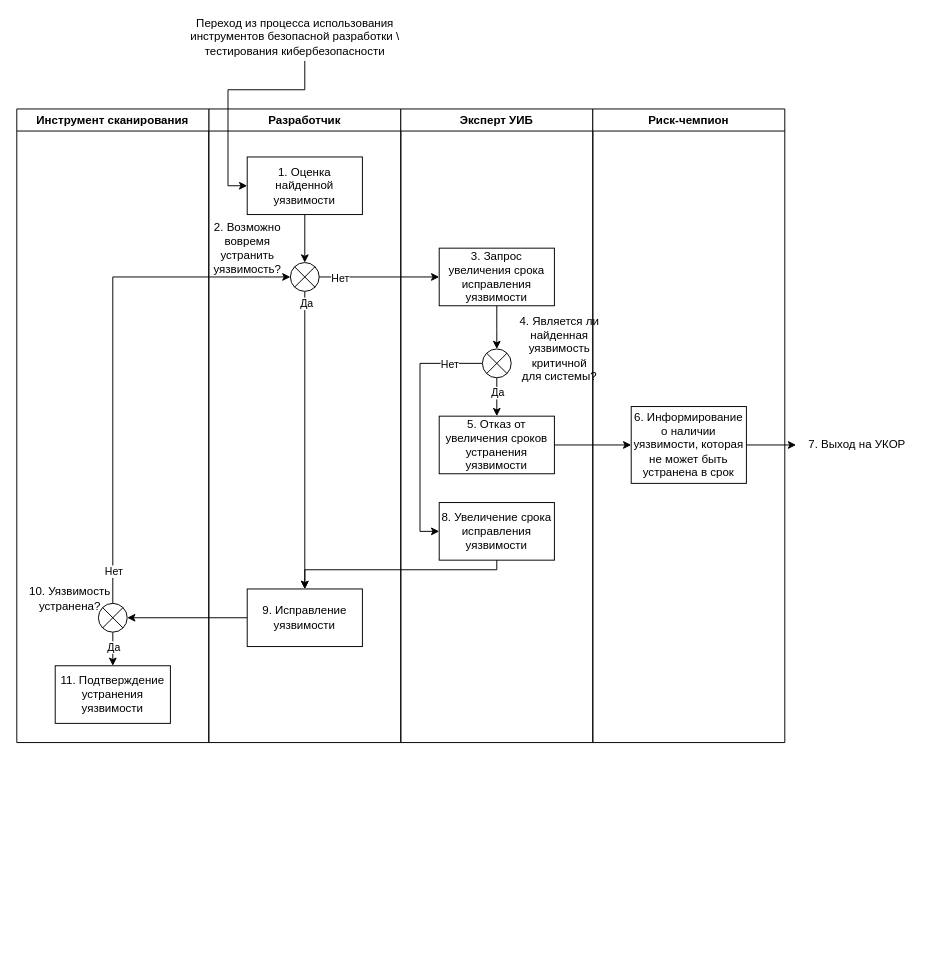
Before: page "Исправление" (3 of 3) of Alfa.drawio in GoluzinaD/Python, a draw.io diagram. Source tidied: cells renumbered, new cells numbered last; positions are measured from the earlier drawing's top-left corner, leaving out a move shared by most shapes. Both pictures are drawn from the tidied source at 96%, with x=0, y=0 at pixel (16, 22).
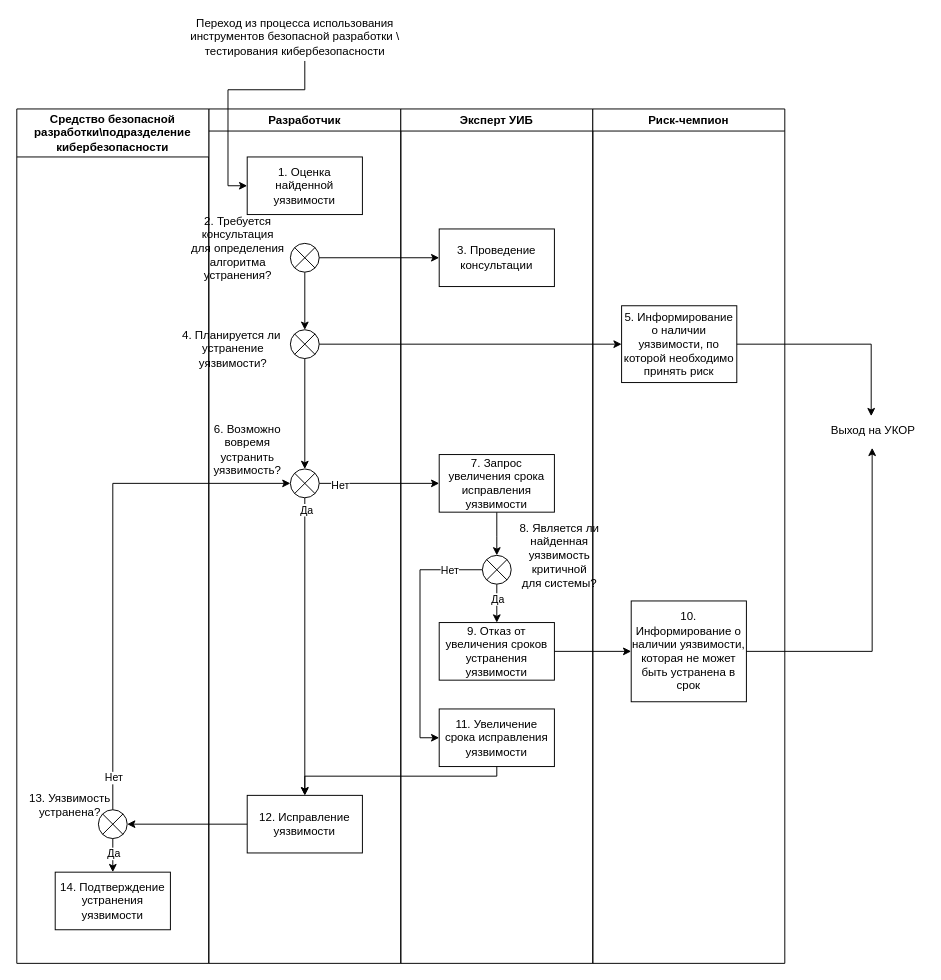
The same page after the edit.

The change refers to these unchanged cells:
```xml
<mxCell id="4" value="1. Оценка найденной уязвимости" style="rounded=0;whiteSpace=wrap;html=1;" parent="2" vertex="1">
  <mxGeometry x="40" y="50" width="120" height="60" as="geometry" />
</mxCell>
```

The edit, as a diff of the source:
```diff
@@
     <mxCell id="2" value="Разработчик" style="swimlane;whiteSpace=wrap;html=1;" parent="1" vertex="1">
-      <mxGeometry x="200" y="90" width="200" height="660" as="geometry" />
+      <mxGeometry x="200" y="90" width="200" height="890" as="geometry" />
     </mxCell>
-    <mxCell id="3" style="edgeStyle=orthogonalEdgeStyle;rounded=0;jettySize=auto;html=1;entryX=0.5;entryY=0;entryDx=0;entryDy=0;entryPerimeter=0;" parent="2" edge="1" source="4" target="7">
-      <mxGeometry relative="1" as="geometry" />
-    </mxCell>
@@
     <mxCell id="7" style="verticalLabelPosition=bottom;verticalAlign=top;html=1;shape=mxgraph.flowchart.or;" parent="2" vertex="1">
-      <mxGeometry x="85" y="160" width="30" height="30" as="geometry" />
+      <mxGeometry x="85" y="375" width="30" height="30" as="geometry" />
     </mxCell>
-    <mxCell id="8" value="2. Возможно &lt;br&gt;вовремя &lt;br&gt;устранить &lt;br&gt;уязвимость?" style="text;html=1;align=center;verticalAlign=middle;strokeColor=none;fillColor=none;" parent="2" vertex="1">
-      <mxGeometry x="-5" y="110" width="90" height="70" as="geometry" />
+    <mxCell id="8" value="6. Возможно &lt;br&gt;вовремя &lt;br&gt;устранить &lt;br&gt;уязвимость?" style="text;html=1;align=center;verticalAlign=middle;strokeColor=none;fillColor=none;" parent="2" vertex="1">
+      <mxGeometry x="-5" y="320" width="90" height="70" as="geometry" />
     </mxCell>
-    <mxCell id="9" value="9. Исправление уязвимости" style="rounded=0;whiteSpace=wrap;html=1;" parent="2" vertex="1">
-      <mxGeometry x="40" y="500" width="120" height="60" as="geometry" />
+    <mxCell id="9" value="12. Исправление уязвимости" style="rounded=0;whiteSpace=wrap;html=1;" parent="2" vertex="1">
+      <mxGeometry x="40" y="715" width="120" height="60" as="geometry" />
     </mxCell>
+    <mxCell id="40" style="edgeStyle=orthogonalEdgeStyle;rounded=0;jettySize=auto;html=1;entryX=0.5;entryY=0;entryDx=0;entryDy=0;entryPerimeter=0;" parent="2" edge="1" source="41" target="44">
+      <mxGeometry relative="1" as="geometry" />
+    </mxCell>
+    <mxCell id="41" style="verticalLabelPosition=bottom;verticalAlign=top;html=1;shape=mxgraph.flowchart.or;" parent="2" vertex="1">
+      <mxGeometry x="85" y="140" width="30" height="30" as="geometry" />
+    </mxCell>
+    <mxCell id="42" value="2. Требуется &lt;br&gt;консультация &lt;br&gt;для определения &lt;br&gt;алгоритма &lt;br&gt;устранения?" style="text;html=1;align=center;verticalAlign=middle;strokeColor=none;fillColor=none;" parent="2" vertex="1">
+      <mxGeometry x="-30" y="100" width="120" height="90" as="geometry" />
+    </mxCell>
+    <mxCell id="43" style="edgeStyle=orthogonalEdgeStyle;rounded=0;jettySize=auto;html=1;entryX=0.5;entryY=0;entryDx=0;entryDy=0;entryPerimeter=0;" parent="2" edge="1" source="44" target="7">
+      <mxGeometry relative="1" as="geometry" />
+    </mxCell>
+    <mxCell id="44" style="verticalLabelPosition=bottom;verticalAlign=top;html=1;shape=mxgraph.flowchart.or;" parent="2" vertex="1">
+      <mxGeometry x="85" y="230" width="30" height="30" as="geometry" />
+    </mxCell>
+    <mxCell id="45" value="4. Планируется ли&amp;nbsp;&lt;br&gt;устранение &lt;br&gt;уязвимости?" style="text;html=1;align=center;verticalAlign=middle;strokeColor=none;fillColor=none;" parent="2" vertex="1">
+      <mxGeometry x="-40" y="220" width="130" height="60" as="geometry" />
+    </mxCell>
     <mxCell id="10" value="Эксперт УИБ" style="swimlane;whiteSpace=wrap;html=1;" parent="1" vertex="1">
-      <mxGeometry x="400" y="90" width="200" height="660" as="geometry" />
+      <mxGeometry x="400" y="90" width="200" height="890" as="geometry" />
     </mxCell>
     <mxCell id="11" style="edgeStyle=orthogonalEdgeStyle;rounded=0;jettySize=auto;html=1;entryX=0.5;entryY=0;entryDx=0;entryDy=0;entryPerimeter=0;" parent="10" edge="1" source="12" target="17">
       <mxGeometry relative="1" as="geometry">
         <Array as="points">
-          <mxPoint x="100" y="230" />
-          <mxPoint x="100" y="230" />
+          <mxPoint x="100" y="445" />
+          <mxPoint x="100" y="445" />
         </Array>
       </mxGeometry>
     </mxCell>
-    <mxCell id="12" value="3. Запрос увеличения срока исправления уязвимости" style="rounded=0;whiteSpace=wrap;html=1;" parent="10" vertex="1">
-      <mxGeometry x="40" y="145" width="120" height="60" as="geometry" />
+    <mxCell id="12" value="7. Запрос увеличения срока исправления уязвимости" style="rounded=0;whiteSpace=wrap;html=1;" parent="10" vertex="1">
+      <mxGeometry x="40" y="360" width="120" height="60" as="geometry" />
     </mxCell>
     <mxCell id="13" style="edgeStyle=orthogonalEdgeStyle;rounded=0;jettySize=auto;html=1;" parent="10" edge="1" source="17">
       <mxGeometry relative="1" as="geometry">
-        <mxPoint x="100" y="320" as="targetPoint" />
+        <mxPoint x="100" y="535" as="targetPoint" />
         <Array as="points">
-          <mxPoint x="100" y="290" />
-          <mxPoint x="100" y="290" />
+          <mxPoint x="100" y="505" />
+          <mxPoint x="100" y="505" />
         </Array>
       </mxGeometry>
     </mxCell>
@@
     <mxCell id="15" style="edgeStyle=orthogonalEdgeStyle;rounded=0;jettySize=auto;html=1;entryX=0;entryY=0.5;entryDx=0;entryDy=0;" parent="10" edge="1" source="17" target="20">
       <mxGeometry relative="1" as="geometry">
         <Array as="points">
-          <mxPoint x="20" y="265" />
-          <mxPoint x="20" y="440" />
+          <mxPoint x="20" y="480" />
+          <mxPoint x="20" y="655" />
         </Array>
       </mxGeometry>
     </mxCell>
@@
     <mxCell id="17" style="verticalLabelPosition=bottom;verticalAlign=top;html=1;shape=mxgraph.flowchart.or;" parent="10" vertex="1">
-      <mxGeometry x="85" y="250" width="30" height="30" as="geometry" />
+      <mxGeometry x="85" y="465" width="30" height="30" as="geometry" />
     </mxCell>
-    <mxCell id="18" value="4. Является ли &lt;br&gt;найденная &lt;br&gt;уязвимость &lt;br&gt;критичной &lt;br&gt;для системы?" style="text;html=1;align=center;verticalAlign=middle;strokeColor=none;fillColor=none;" parent="10" vertex="1">
-      <mxGeometry x="110" y="205" width="110" height="90" as="geometry" />
+    <mxCell id="18" value="8. Является ли &lt;br&gt;найденная &lt;br&gt;уязвимость &lt;br&gt;критичной &lt;br&gt;для системы?" style="text;html=1;align=center;verticalAlign=middle;strokeColor=none;fillColor=none;" parent="10" vertex="1">
+      <mxGeometry x="110" y="420" width="110" height="90" as="geometry" />
     </mxCell>
-    <mxCell id="19" value="5. Отказ от увеличения сроков устранения уязвимости" style="rounded=0;whiteSpace=wrap;html=1;" parent="10" vertex="1">
-      <mxGeometry x="40" y="320" width="120" height="60" as="geometry" />
+    <mxCell id="19" value="9. Отказ от увеличения сроков устранения уязвимости" style="rounded=0;whiteSpace=wrap;html=1;" parent="10" vertex="1">
+      <mxGeometry x="40" y="535" width="120" height="60" as="geometry" />
     </mxCell>
-    <mxCell id="20" value="8. Увеличение срока исправления уязвимости" style="rounded=0;whiteSpace=wrap;html=1;" parent="10" vertex="1">
-      <mxGeometry x="40" y="410" width="120" height="60" as="geometry" />
+    <mxCell id="20" value="11. Увеличение срока исправления уязвимости" style="rounded=0;whiteSpace=wrap;html=1;" parent="10" vertex="1">
+      <mxGeometry x="40" y="625" width="120" height="60" as="geometry" />
     </mxCell>
+    <mxCell id="46" value="3. Проведение консультации" style="rounded=0;whiteSpace=wrap;html=1;" parent="10" vertex="1">
+      <mxGeometry x="40" y="125" width="120" height="60" as="geometry" />
+    </mxCell>
     <mxCell id="21" value="Риск-чемпион" style="swimlane;whiteSpace=wrap;html=1;" parent="1" vertex="1">
-      <mxGeometry x="600" y="90" width="200" height="660" as="geometry" />
+      <mxGeometry x="600" y="90" width="200" height="890" as="geometry" />
     </mxCell>
-    <mxCell id="22" value="6. Информирование о наличии уязвимости, которая не может быть устранена в срок" style="rounded=0;whiteSpace=wrap;html=1;" parent="21" vertex="1">
-      <mxGeometry x="40" y="310" width="120" height="80" as="geometry" />
+    <mxCell id="22" value="10. Информирование о наличии уязвимости, которая не может быть устранена в срок" style="rounded=0;whiteSpace=wrap;html=1;" parent="21" vertex="1">
+      <mxGeometry x="40" y="512.5" width="120" height="105" as="geometry" />
     </mxCell>
+    <mxCell id="47" value="5. Информирование о наличии уязвимости, по которой необходимо принять риск" style="rounded=0;whiteSpace=wrap;html=1;" parent="21" vertex="1">
+      <mxGeometry x="30" y="205" width="120" height="80" as="geometry" />
+    </mxCell>
@@
-    <mxCell id="28" value="7. Выход на УКОР" style="text;html=1;align=center;verticalAlign=middle;points=[];strokeColor=none;fillColor=none;" parent="1" vertex="1">
-      <mxGeometry x="815" y="425" width="120" height="30" as="geometry" />
+    <mxCell id="28" value="&amp;nbsp;Выход на УКОР" style="text;html=1;align=center;verticalAlign=middle;points=[];strokeColor=none;fillColor=none;" parent="1" vertex="1">
+      <mxGeometry x="835" y="410" width="110" height="30" as="geometry" />
     </mxCell>
-    <mxCell id="29" style="edgeStyle=orthogonalEdgeStyle;rounded=0;jettySize=auto;html=1;entryX=-0.027;entryY=0.5;entryDx=0;entryDy=0;entryPerimeter=0;" parent="1" edge="1" source="22" target="28">
+    <mxCell id="29" style="edgeStyle=orthogonalEdgeStyle;rounded=0;jettySize=auto;html=1;entryX=0.509;entryY=1.1;entryDx=0;entryDy=0;entryPerimeter=0;" parent="1" edge="1" source="22" target="28">
       <mxGeometry relative="1" as="geometry" />
     </mxCell>
     <mxCell id="30" style="edgeStyle=orthogonalEdgeStyle;rounded=0;jettySize=auto;html=1;entryX=0.5;entryY=0;entryDx=0;entryDy=0;" parent="1" edge="1" source="20" target="9">
       <mxGeometry relative="1" as="geometry">
         <Array as="points">
-          <mxPoint x="500" y="570" />
-          <mxPoint x="300" y="570" />
+          <mxPoint x="500" y="785" />
+          <mxPoint x="300" y="785" />
         </Array>
       </mxGeometry>
     </mxCell>
-    <mxCell id="31" value="Инструмент сканирования" style="swimlane;whiteSpace=wrap;html=1;" parent="1" vertex="1">
-      <mxGeometry y="90" width="200" height="660" as="geometry" />
+    <mxCell id="31" value="Средство безопасной разработки\подразделение кибербезопасности" style="swimlane;whiteSpace=wrap;html=1;startSize=50;" parent="1" vertex="1">
+      <mxGeometry y="90" width="200" height="890" as="geometry" />
     </mxCell>
-    <mxCell id="32" value="11. Подтверждение устранения уязвимости" style="rounded=0;whiteSpace=wrap;html=1;" parent="31" vertex="1">
-      <mxGeometry x="40" y="580" width="120" height="60" as="geometry" />
+    <mxCell id="32" value="14. Подтверждение устранения уязвимости" style="rounded=0;whiteSpace=wrap;html=1;" parent="31" vertex="1">
+      <mxGeometry x="40" y="795" width="120" height="60" as="geometry" />
     </mxCell>
     <mxCell id="33" style="edgeStyle=orthogonalEdgeStyle;rounded=0;jettySize=auto;html=1;" parent="31" edge="1" source="35" target="32">
       <mxGeometry relative="1" as="geometry">
         <Array as="points">
-          <mxPoint x="100" y="560" />
-          <mxPoint x="100" y="560" />
+          <mxPoint x="100" y="775" />
+          <mxPoint x="100" y="775" />
         </Array>
       </mxGeometry>
     </mxCell>
@@
     <mxCell id="35" style="verticalLabelPosition=bottom;verticalAlign=top;html=1;shape=mxgraph.flowchart.or;" parent="31" vertex="1">
-      <mxGeometry x="85" y="515" width="30" height="30" as="geometry" />
+      <mxGeometry x="85" y="730" width="30" height="30" as="geometry" />
     </mxCell>
-    <mxCell id="36" value="10. Уязвимость &lt;br&gt;устранена?" style="text;html=1;align=center;verticalAlign=middle;strokeColor=none;fillColor=none;" parent="31" vertex="1">
-      <mxGeometry y="490" width="110" height="40" as="geometry" />
+    <mxCell id="36" value="13. Уязвимость &lt;br&gt;устранена?" style="text;html=1;align=center;verticalAlign=middle;strokeColor=none;fillColor=none;" parent="31" vertex="1">
+      <mxGeometry y="705" width="110" height="40" as="geometry" />
     </mxCell>
@@
     <mxCell id="38" style="edgeStyle=orthogonalEdgeStyle;rounded=0;jettySize=auto;html=1;entryX=0;entryY=0.5;entryDx=0;entryDy=0;entryPerimeter=0;" parent="1" edge="1" source="35" target="7">
       <mxGeometry relative="1" as="geometry">
         <Array as="points">
-          <mxPoint x="100" y="265" />
+          <mxPoint x="100" y="480" />
         </Array>
       </mxGeometry>
     </mxCell>
@@
+    <mxCell id="48" style="edgeStyle=orthogonalEdgeStyle;rounded=0;jettySize=auto;html=1;entryX=0;entryY=0.5;entryDx=0;entryDy=0;" parent="1" edge="1" source="41" target="46">
+      <mxGeometry relative="1" as="geometry" />
+    </mxCell>
+    <mxCell id="49" style="edgeStyle=orthogonalEdgeStyle;rounded=0;jettySize=auto;html=1;" parent="1" edge="1" source="44" target="47">
+      <mxGeometry relative="1" as="geometry" />
+    </mxCell>
+    <mxCell id="50" style="edgeStyle=orthogonalEdgeStyle;rounded=0;jettySize=auto;html=1;" parent="1" edge="1" source="47" target="28">
+      <mxGeometry relative="1" as="geometry" />
+    </mxCell>
```
